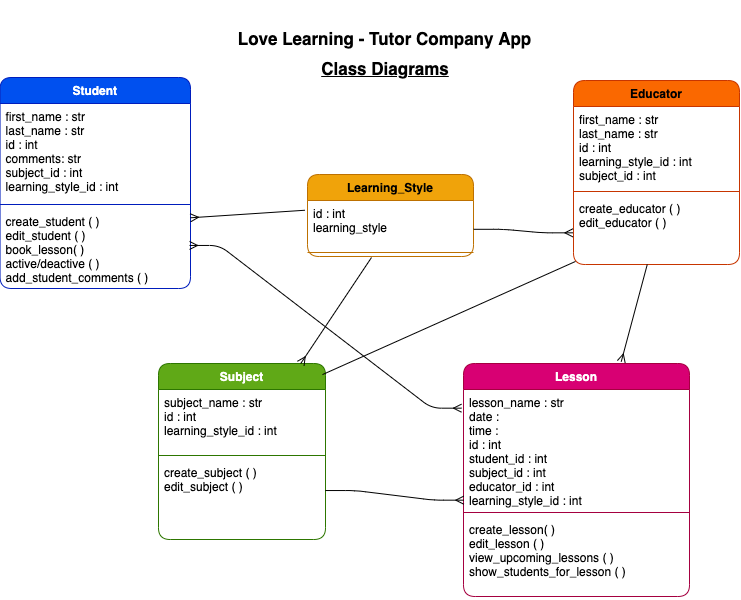
Before: Planning/class_diagram_tutor_company.png, a diagram exported from draw.io (SdcBartram/LoveLearning_Tutor_Company_Project). Source tidied: cells renumbered, new cells last; positions are measured from the earlier drawing's top-left corner, leaving out a move shared by most shapes.
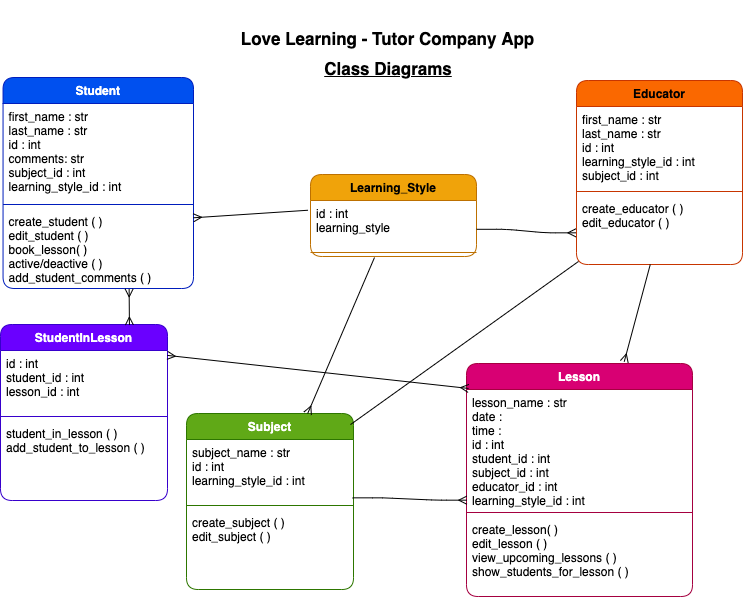
The same diagram one commit later.

Diff of the diagram source:
```diff
@@ -21,7 +21,7 @@
       <mxGeometry x="274" y="43" width="222" height="52" as="geometry" />
     </mxCell>
     <mxCell id="8" value="Subject" style="swimlane;fontStyle=1;align=center;verticalAlign=top;horizontal=1;startSize=26;rounded=1;fontColor=#ffffff;fillColor=#60a917;strokeColor=#2D7600;" parent="1" vertex="1">
-      <mxGeometry x="158" y="363" width="167" height="176" as="geometry" />
+      <mxGeometry x="183" y="413" width="167" height="176" as="geometry" />
     </mxCell>
     <mxCell id="9" value="subject_name : str&#10;id : int&#10;learning_style_id : int" style="text;strokeColor=none;fillColor=none;align=left;verticalAlign=top;spacingLeft=4;spacingRight=4;overflow=hidden;points=[[0,0.5],[1,0.5]];portConstraint=eastwest;rounded=1;fontColor=#000000;" parent="8" vertex="1">
       <mxGeometry y="26" width="167" height="62" as="geometry" />
@@ -82,11 +82,26 @@
     <mxCell id="27" style="html=1;fontSize=17;endArrow=ERmany;endFill=0;entryX=0.698;entryY=-0.008;entryDx=0;entryDy=0;entryPerimeter=0;fontColor=#000000;strokeColor=#000000;" parent="1" edge="1" source="15" target="16">
       <mxGeometry relative="1" as="geometry" />
     </mxCell>
-    <mxCell id="28" style="edgeStyle=entityRelationEdgeStyle;html=1;fontSize=17;endArrow=ERmany;endFill=0;startArrow=ERmany;startFill=0;entryX=-0.009;entryY=0.157;entryDx=0;entryDy=0;entryPerimeter=0;exitX=0.995;exitY=0.462;exitDx=0;exitDy=0;exitPerimeter=0;fontColor=#000000;strokeColor=#000000;" parent="1" edge="1" source="5" target="17">
-      <mxGeometry relative="1" as="geometry" />
-    </mxCell>
-    <mxCell id="29" style="edgeStyle=entityRelationEdgeStyle;html=1;entryX=0.001;entryY=0.93;entryDx=0;entryDy=0;entryPerimeter=0;fontSize=17;startArrow=none;startFill=0;endArrow=ERmany;endFill=0;exitX=0.999;exitY=0.388;exitDx=0;exitDy=0;exitPerimeter=0;fontColor=#000000;strokeColor=#000000;" parent="1" edge="1" source="11" target="17">
+    <mxCell id="29" style="edgeStyle=entityRelationEdgeStyle;html=1;entryX=0.001;entryY=0.93;entryDx=0;entryDy=0;entryPerimeter=0;fontSize=17;startArrow=none;startFill=0;endArrow=ERmany;endFill=0;exitX=0.995;exitY=0.941;exitDx=0;exitDy=0;exitPerimeter=0;fontColor=#000000;strokeColor=#000000;" parent="1" edge="1" source="9" target="17">
       <mxGeometry relative="1" as="geometry" />
     </mxCell>
+    <mxCell id="30" value="StudentInLesson" style="swimlane;fontStyle=1;align=center;verticalAlign=top;horizontal=1;startSize=26;rounded=1;fontColor=#ffffff;fillColor=#6a00ff;strokeColor=#3700CC;" parent="1" vertex="1">
+      <mxGeometry x="-3" y="324" width="167" height="176" as="geometry" />
+    </mxCell>
+    <mxCell id="31" value="id : int&#10;student_id : int&#10;lesson_id : int&#10;" style="text;strokeColor=none;fillColor=none;align=left;verticalAlign=top;spacingLeft=4;spacingRight=4;overflow=hidden;points=[[0,0.5],[1,0.5]];portConstraint=eastwest;rounded=1;fontColor=#000000;" parent="30" vertex="1">
+      <mxGeometry y="26" width="167" height="62" as="geometry" />
+    </mxCell>
+    <mxCell id="32" style="line;strokeWidth=1;fillColor=none;align=left;verticalAlign=middle;spacingTop=-1;spacingLeft=3;spacingRight=3;labelPosition=right;strokeColor=inherit;rounded=1;fontColor=#000000;" parent="30" vertex="1">
+      <mxGeometry y="88" width="167" height="8" as="geometry" />
+    </mxCell>
+    <mxCell id="33" value="student_in_lesson ( )&#10;add_student_to_lesson ( )" style="text;strokeColor=none;fillColor=none;align=left;verticalAlign=top;spacingLeft=4;spacingRight=4;overflow=hidden;rounded=1;fontColor=#000000;" parent="30" vertex="1">
+      <mxGeometry y="96" width="167" height="80" as="geometry" />
+    </mxCell>
+    <mxCell id="34" style="html=1;fontSize=17;startArrow=ERmany;startFill=0;endArrow=ERmany;endFill=0;exitX=0.999;exitY=0.079;exitDx=0;exitDy=0;exitPerimeter=0;fontColor=#000000;strokeColor=#000000;entryX=0.009;entryY=0.107;entryDx=0;entryDy=0;entryPerimeter=0;" parent="1" edge="1" source="31" target="16">
+      <mxGeometry relative="1" as="geometry" />
+    </mxCell>
+    <mxCell id="35" style="html=1;fontSize=17;startArrow=ERmany;startFill=0;endArrow=ERmany;endFill=0;fontColor=#000000;strokeColor=#000000;exitX=0.772;exitY=0.003;exitDx=0;exitDy=0;exitPerimeter=0;entryX=0.662;entryY=1.005;entryDx=0;entryDy=0;entryPerimeter=0;" parent="1" edge="1" source="30" target="5">
+      <mxGeometry relative="1" as="geometry" />
+    </mxCell>
   </root>
 </mxGraphModel>
```
